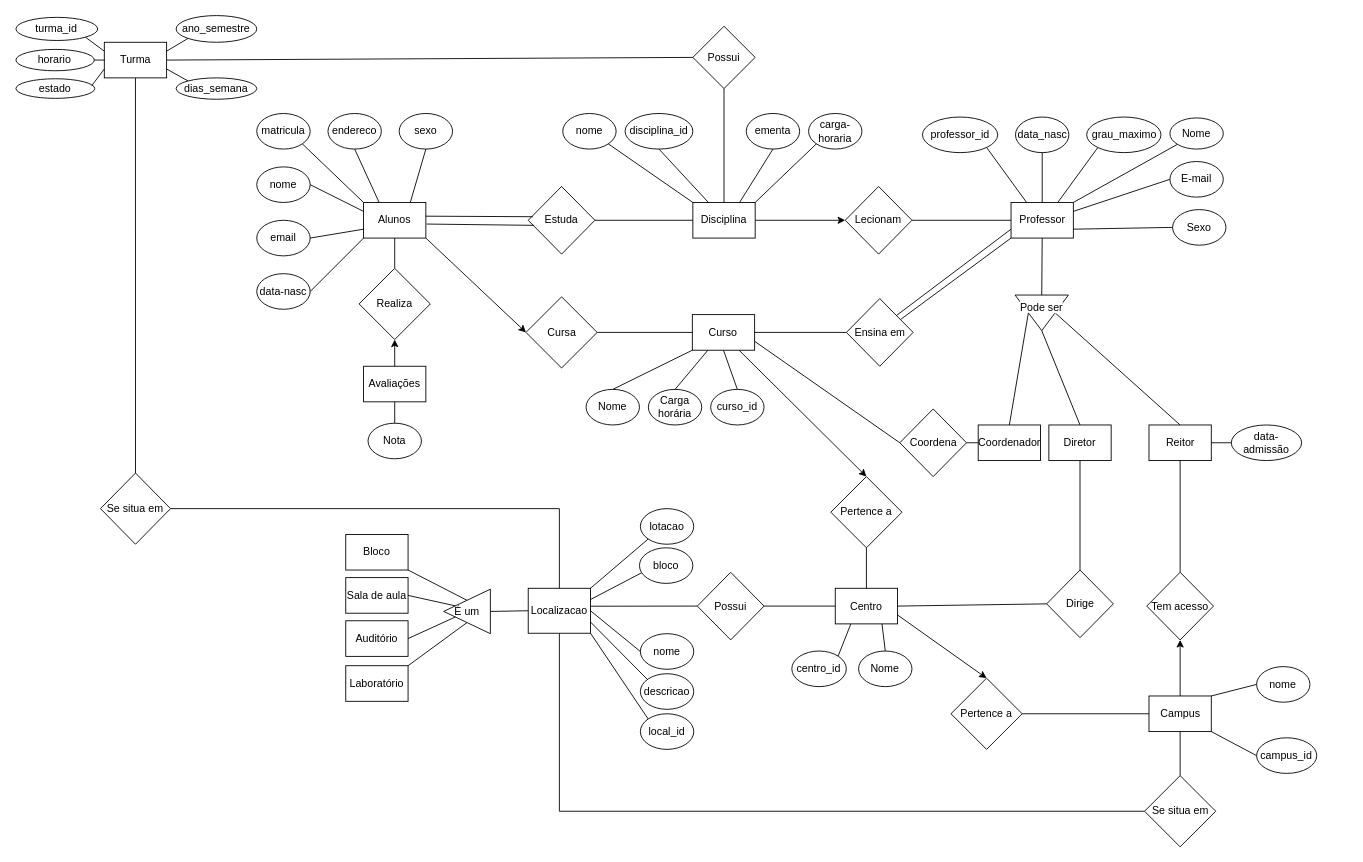
This is trabalho_1.drawio from Walrusbane524/Fundamentos-de-Bancos-de-Dados, a draw.io file, before an edit. Source tidied: cells renumbered, new cells numbered last; positions are measured from the earlier drawing's top-left corner, leaving out a move shared by most shapes. Both pictures are drawn from the tidied source at 89%, with x=0, y=0 at pixel (15, 15).
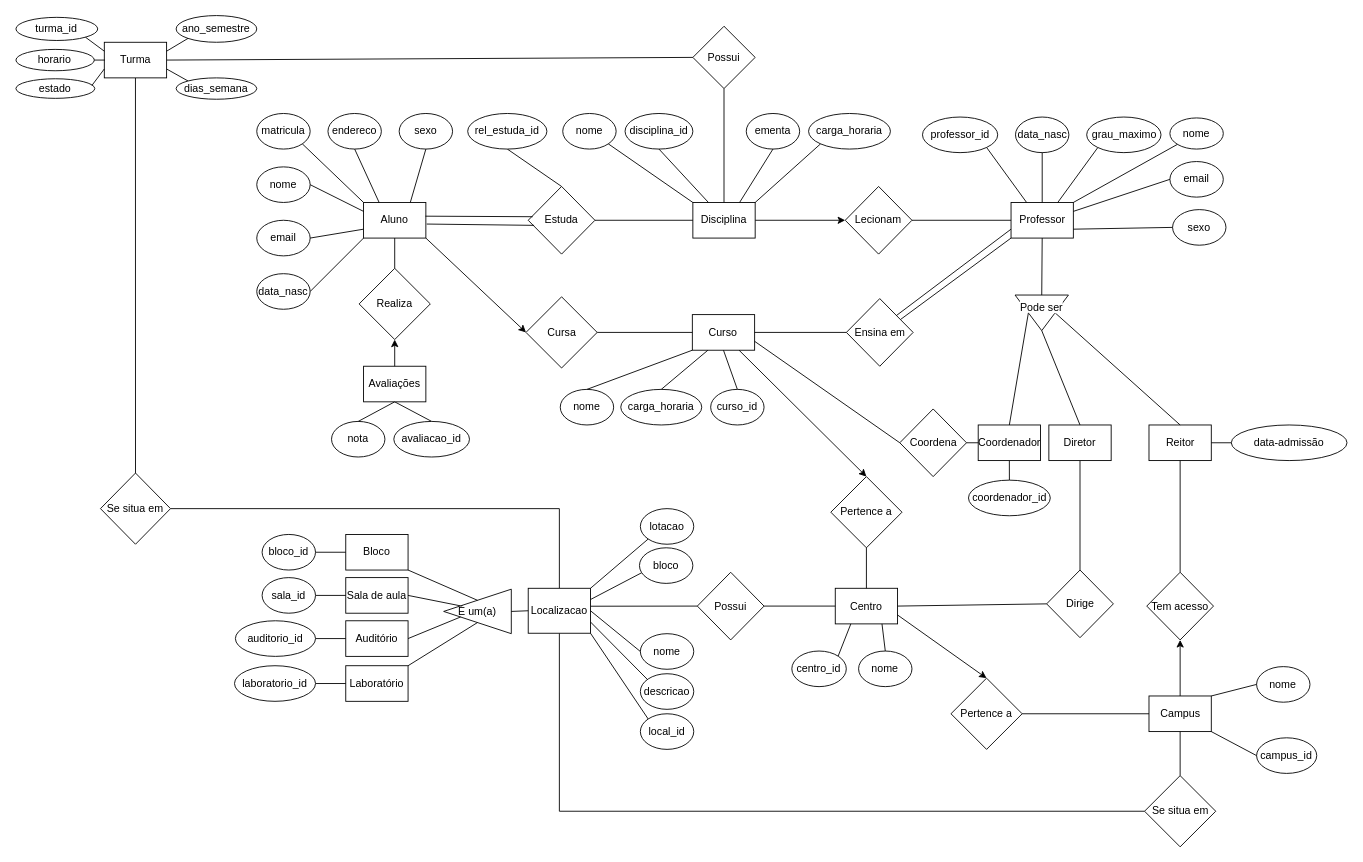
Above is the later version.

Unchanged cells that the change refers to:
```xml
<mxCell id="25" value="Laboratório" style="rounded=0;whiteSpace=wrap;html=1;" parent="1" vertex="1">
  <mxGeometry x="371" y="730.5" width="70" height="40" as="geometry" />
</mxCell>
<mxCell id="26" value="Auditório" style="rounded=0;whiteSpace=wrap;html=1;" parent="1" vertex="1">
  <mxGeometry x="371" y="680" width="70" height="40" as="geometry" />
</mxCell>
<mxCell id="27" value="Sala de aula" style="rounded=0;whiteSpace=wrap;html=1;" parent="1" vertex="1">
  <mxGeometry x="371" y="631.5" width="70" height="40" as="geometry" />
</mxCell>
<mxCell id="28" value="Bloco" style="rounded=0;whiteSpace=wrap;html=1;" parent="1" vertex="1">
  <mxGeometry x="371" y="583" width="70" height="40" as="geometry" />
</mxCell>
<mxCell id="78" value="Coordenador" style="rounded=0;whiteSpace=wrap;html=1;" parent="1" vertex="1">
  <mxGeometry x="1081.6" y="460" width="70" height="40" as="geometry" />
</mxCell>
<mxCell id="112" value="Estuda" style="rhombus;whiteSpace=wrap;html=1;" parent="1" vertex="1">
  <mxGeometry x="576" y="192" width="75" height="76" as="geometry" />
</mxCell>
<mxCell id="135" value="Avaliações" style="rounded=0;whiteSpace=wrap;html=1;" parent="1" vertex="1">
  <mxGeometry x="391" y="394" width="70" height="40" as="geometry" />
</mxCell>
```

Change to the diagram source:
```diff
@@
-    <mxCell id="12" value="Nome" style="ellipse;whiteSpace=wrap;html=1;" parent="1" vertex="1">
+    <mxCell id="12" value="nome" style="ellipse;whiteSpace=wrap;html=1;" parent="1" vertex="1">
       <mxGeometry x="1297" y="115" width="60" height="35" as="geometry" />
     </mxCell>
@@
-    <mxCell id="14" value="E-mail" style="ellipse;whiteSpace=wrap;html=1;" parent="1" vertex="1">
+    <mxCell id="14" value="email" style="ellipse;whiteSpace=wrap;html=1;" parent="1" vertex="1">
       <mxGeometry x="1297" y="164" width="60" height="40" as="geometry" />
     </mxCell>
-    <mxCell id="15" value="Sexo" style="ellipse;whiteSpace=wrap;html=1;" parent="1" vertex="1">
+    <mxCell id="15" value="sexo" style="ellipse;whiteSpace=wrap;html=1;" parent="1" vertex="1">
       <mxGeometry x="1300" y="218" width="60" height="40" as="geometry" />
     </mxCell>
@@
-    <mxCell id="21" value="Nome" style="ellipse;whiteSpace=wrap;html=1;" parent="1" vertex="1">
+    <mxCell id="21" value="nome" style="ellipse;whiteSpace=wrap;html=1;" parent="1" vertex="1">
       <mxGeometry x="947.2" y="714" width="60" height="40" as="geometry" />
     </mxCell>
@@
-    <mxCell id="29" value="É um" style="triangle;whiteSpace=wrap;html=1;flipH=1;" parent="1" vertex="1">
-      <mxGeometry x="481" y="644.5" width="52.5" height="50" as="geometry" />
+    <mxCell id="29" value="É um(a)" style="triangle;whiteSpace=wrap;html=1;flipH=1;" parent="1" vertex="1">
+      <mxGeometry x="481" y="644.5" width="76" height="50" as="geometry" />
     </mxCell>
@@
-    <mxCell id="33" value="Carga horária" style="ellipse;whiteSpace=wrap;html=1;" parent="1" vertex="1">
-      <mxGeometry x="711" y="420" width="60" height="40" as="geometry" />
+    <mxCell id="33" value="carga_horaria" style="ellipse;whiteSpace=wrap;html=1;" parent="1" vertex="1">
+      <mxGeometry x="680" y="420" width="91" height="40" as="geometry" />
     </mxCell>
@@
     <mxCell id="40" value="data-admissão" style="ellipse;whiteSpace=wrap;html=1;" parent="1" vertex="1">
-      <mxGeometry x="1366" y="460" width="79" height="40" as="geometry" />
+      <mxGeometry x="1366" y="460" width="130" height="40" as="geometry" />
     </mxCell>
@@
-    <mxCell id="77" value="Nome" style="ellipse;whiteSpace=wrap;html=1;" parent="1" vertex="1">
-      <mxGeometry x="641" y="420" width="60" height="40" as="geometry" />
+    <mxCell id="77" value="nome" style="ellipse;whiteSpace=wrap;html=1;" parent="1" vertex="1">
+      <mxGeometry x="612" y="420" width="60" height="40" as="geometry" />
     </mxCell>
+    <mxCell id="144" style="edgeStyle=none;rounded=0;jettySize=auto;html=1;exitX=0.5;exitY=1;exitDx=0;exitDy=0;entryX=0.5;entryY=0;entryDx=0;entryDy=0;endArrow=none;endFill=0;" parent="1" edge="1" source="78" target="148">
+      <mxGeometry relative="1" as="geometry" />
+    </mxCell>
@@
-    <mxCell id="99" value="Alunos" style="rounded=0;whiteSpace=wrap;html=1;" parent="1" vertex="1">
+    <mxCell id="99" value="Aluno" style="rounded=0;whiteSpace=wrap;html=1;" parent="1" vertex="1">
       <mxGeometry x="391" y="210" width="70" height="40" as="geometry" />
     </mxCell>
@@
-    <mxCell id="103" value="data-nasc" style="ellipse;whiteSpace=wrap;html=1;" parent="1" vertex="1">
+    <mxCell id="103" value="data_nasc" style="ellipse;whiteSpace=wrap;html=1;" parent="1" vertex="1">
       <mxGeometry x="271" y="290" width="60" height="40" as="geometry" />
     </mxCell>
@@
+    <mxCell id="145" style="edgeStyle=none;rounded=0;jettySize=auto;html=1;exitX=0.5;exitY=0;exitDx=0;exitDy=0;endArrow=none;endFill=0;entryX=0.5;entryY=1;entryDx=0;entryDy=0;" parent="1" edge="1" source="112" target="157">
+      <mxGeometry relative="1" as="geometry" />
+    </mxCell>
@@
-    <mxCell id="116" value="carga-horaria" style="ellipse;whiteSpace=wrap;html=1;" parent="1" vertex="1">
-      <mxGeometry x="891" y="110" width="60" height="40" as="geometry" />
+    <mxCell id="116" value="carga_horaria" style="ellipse;whiteSpace=wrap;html=1;" parent="1" vertex="1">
+      <mxGeometry x="891" y="110" width="92" height="40" as="geometry" />
     </mxCell>
@@
+    <mxCell id="146" style="rounded=0;jettySize=auto;html=1;exitX=0.5;exitY=1;exitDx=0;exitDy=0;endArrow=none;endFill=0;entryX=0.5;entryY=0;entryDx=0;entryDy=0;" parent="1" edge="1" source="135" target="147">
+      <mxGeometry relative="1" as="geometry" />
+    </mxCell>
@@
-    <mxCell id="136" value="Nota" style="ellipse;whiteSpace=wrap;html=1;" parent="1" vertex="1">
-      <mxGeometry x="396" y="458" width="60" height="40" as="geometry" />
+    <mxCell id="136" value="nota" style="ellipse;whiteSpace=wrap;html=1;" parent="1" vertex="1">
+      <mxGeometry x="355" y="456" width="60" height="40" as="geometry" />
     </mxCell>
@@
+    <mxCell id="147" value="avaliacao_id" style="ellipse;whiteSpace=wrap;html=1;" parent="1" vertex="1">
+      <mxGeometry x="425" y="456" width="85" height="40" as="geometry" />
+    </mxCell>
+    <mxCell id="148" value="coordenador_id" style="ellipse;whiteSpace=wrap;html=1;" parent="1" vertex="1">
+      <mxGeometry x="1070.7" y="522" width="91.9" height="40" as="geometry" />
+    </mxCell>
+    <mxCell id="149" style="edgeStyle=none;rounded=0;jettySize=auto;html=1;exitX=1;exitY=0.5;exitDx=0;exitDy=0;entryX=0;entryY=0.5;entryDx=0;entryDy=0;endArrow=none;endFill=0;" parent="1" edge="1" source="150" target="28">
+      <mxGeometry relative="1" as="geometry" />
+    </mxCell>
+    <mxCell id="150" value="bloco_id" style="ellipse;whiteSpace=wrap;html=1;" parent="1" vertex="1">
+      <mxGeometry x="277" y="583" width="60" height="40" as="geometry" />
+    </mxCell>
+    <mxCell id="151" style="edgeStyle=none;rounded=0;jettySize=auto;html=1;exitX=1;exitY=0.5;exitDx=0;exitDy=0;endArrow=none;endFill=0;entryX=0;entryY=0.5;entryDx=0;entryDy=0;" parent="1" edge="1" source="152" target="27">
+      <mxGeometry relative="1" as="geometry" />
+    </mxCell>
+    <mxCell id="152" value="sala_id" style="ellipse;whiteSpace=wrap;html=1;" parent="1" vertex="1">
+      <mxGeometry x="277" y="631.5" width="60" height="40" as="geometry" />
+    </mxCell>
+    <mxCell id="153" style="edgeStyle=none;rounded=0;jettySize=auto;html=1;exitX=1;exitY=0.5;exitDx=0;exitDy=0;entryX=0;entryY=0.5;entryDx=0;entryDy=0;endArrow=none;endFill=0;" parent="1" edge="1" source="154" target="26">
+      <mxGeometry relative="1" as="geometry" />
+    </mxCell>
+    <mxCell id="154" value="auditorio_id" style="ellipse;whiteSpace=wrap;html=1;" parent="1" vertex="1">
+      <mxGeometry x="247" y="680" width="90" height="40" as="geometry" />
+    </mxCell>
+    <mxCell id="155" style="edgeStyle=none;rounded=0;jettySize=auto;html=1;exitX=1;exitY=0.5;exitDx=0;exitDy=0;entryX=0;entryY=0.5;entryDx=0;entryDy=0;endArrow=none;endFill=0;" parent="1" edge="1" source="156" target="25">
+      <mxGeometry relative="1" as="geometry" />
+    </mxCell>
+    <mxCell id="156" value="laboratorio_id" style="ellipse;whiteSpace=wrap;html=1;" parent="1" vertex="1">
+      <mxGeometry x="246" y="730.5" width="91" height="40" as="geometry" />
+    </mxCell>
+    <mxCell id="157" value="rel_estuda_id" style="ellipse;whiteSpace=wrap;html=1;" parent="1" vertex="1">
+      <mxGeometry x="508" y="110" width="89" height="40" as="geometry" />
+    </mxCell>
```
